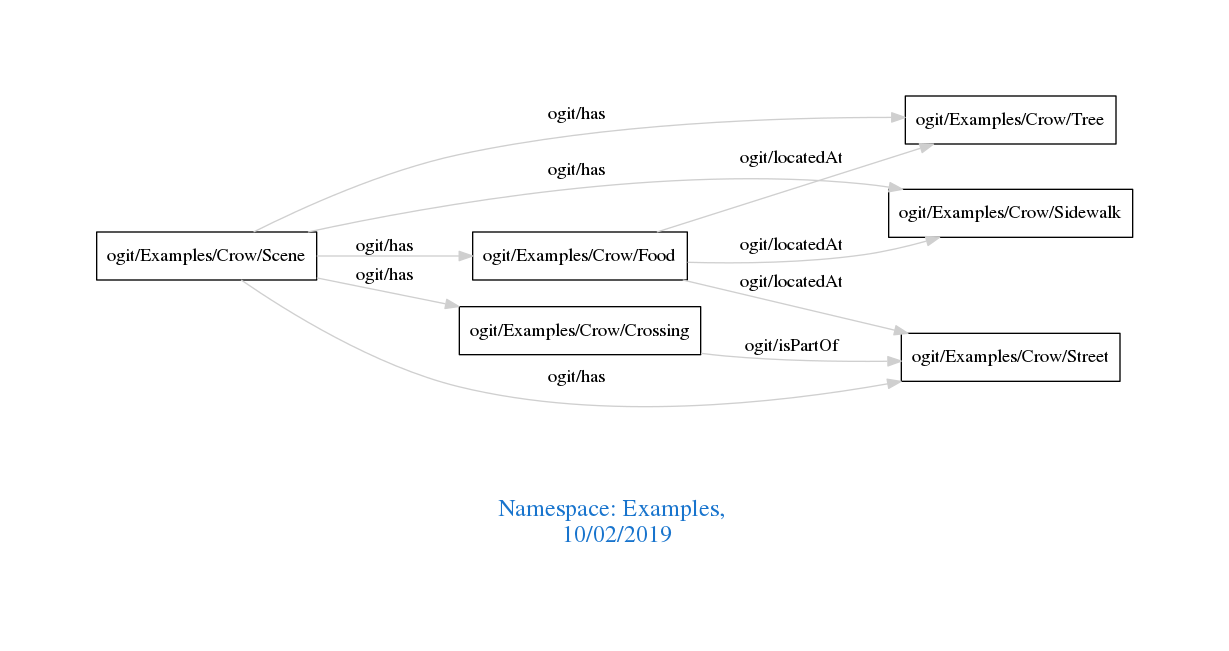
Above: downloads/Examples.png in arago/OGIT (Graphviz), before the change. Its source is kept beside it as downloads/Examples.dot. Source of this version:
```dot
digraph OGIT_ontology {
 graph [ rankdir= LR,pad=1
fontsize = 18,
fontcolor= dodgerblue3,label = "\n\n\nNamespace: Examples, \n 10/02/2019"];
node[shape=polygon];
edge [  color="gray81"];

   "ogit/Examples/Crow/Food" -> "ogit/Examples/Crow/Tree" [label="   ogit/locatedAt    "];
   "ogit/Examples/Crow/Food" -> "ogit/Examples/Crow/Street" [label="   ogit/locatedAt    "];
   "ogit/Examples/Crow/Food" -> "ogit/Examples/Crow/Sidewalk" [label="   ogit/locatedAt    "];
   "ogit/Examples/Crow/Scene" -> "ogit/Examples/Crow/Food" [label="   ogit/has    "];
   "ogit/Examples/Crow/Scene" -> "ogit/Examples/Crow/Tree" [label="   ogit/has    "];
   "ogit/Examples/Crow/Scene" -> "ogit/Examples/Crow/Street" [label="   ogit/has    "];
   "ogit/Examples/Crow/Scene" -> "ogit/Examples/Crow/Crossing" [label="   ogit/has    "];
   "ogit/Examples/Crow/Scene" -> "ogit/Examples/Crow/Sidewalk" [label="   ogit/has    "];
   "ogit/Examples/Crow/Crossing" -> "ogit/Examples/Crow/Street" [label="   ogit/isPartOf    "];
}
```
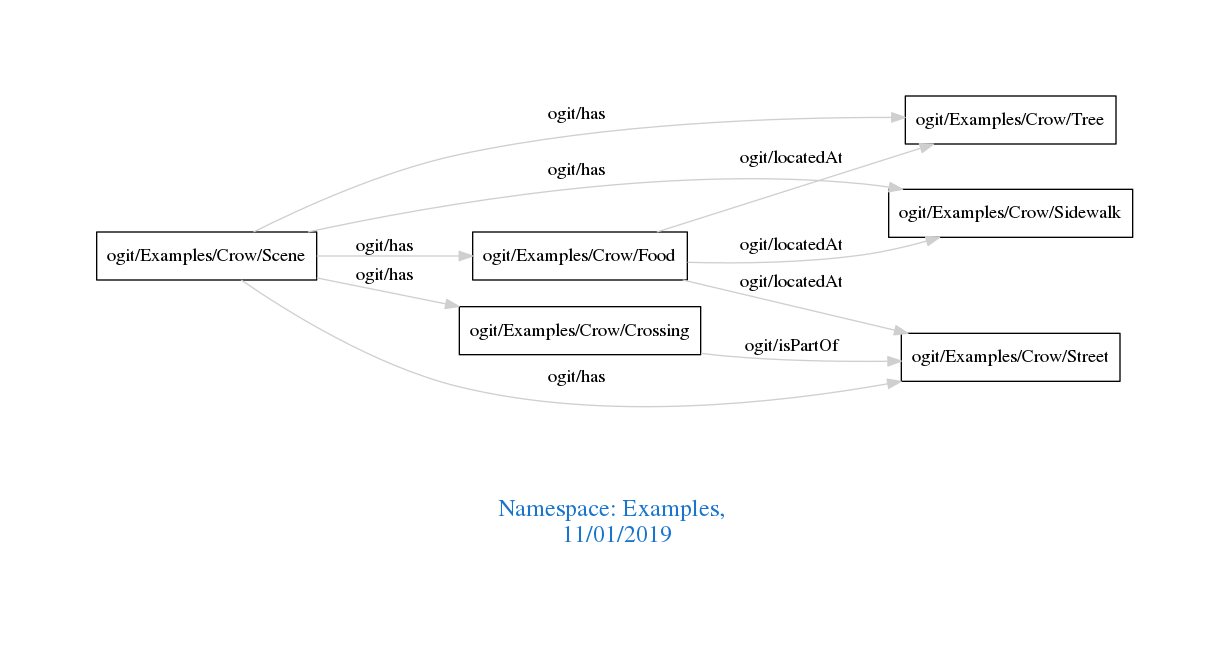
After the change.

Change to the diagram source:
```diff
@@ -1,7 +1,7 @@
 digraph OGIT_ontology {
  graph [ rankdir= LR,pad=1
 fontsize = 18,
-fontcolor= dodgerblue3,label = "\n\n\nNamespace: Examples, \n 10/02/2019"];
+fontcolor= dodgerblue3,label = "\n\n\nNamespace: Examples, \n 11/01/2019"];
 node[shape=polygon];
 edge [  color="gray81"];
 
```
